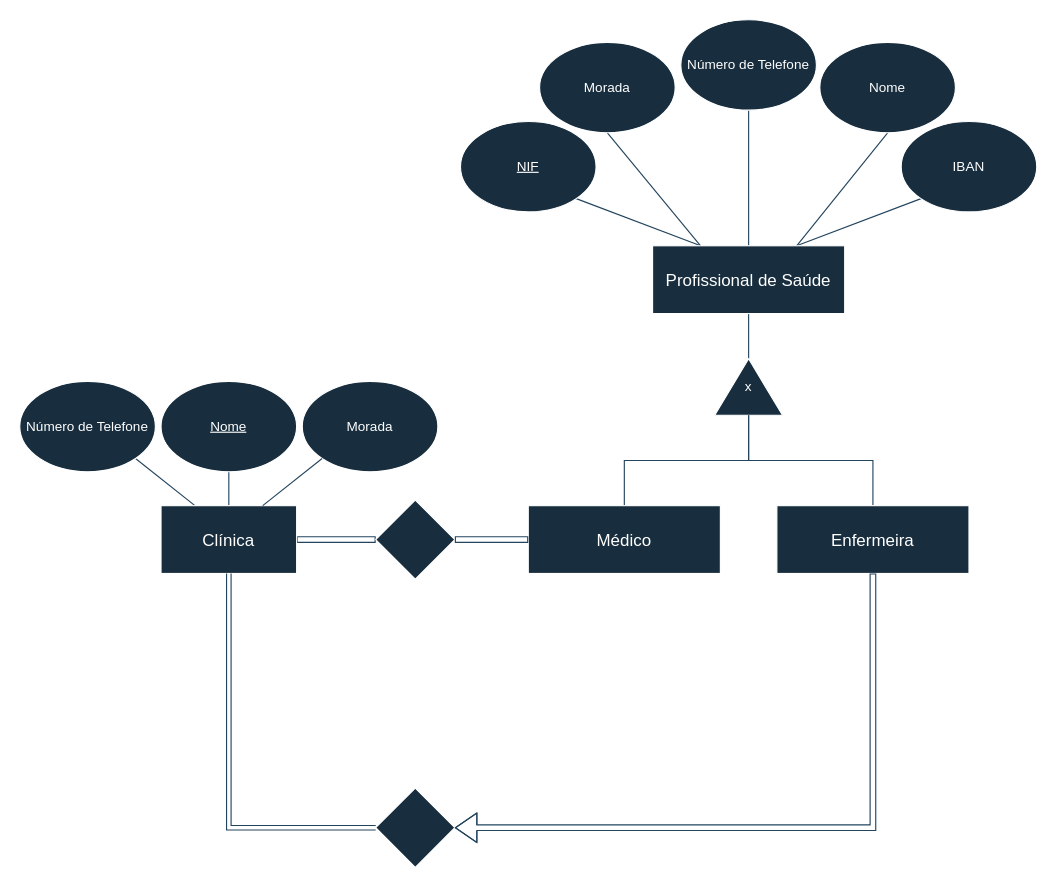
The draw.io diagram page "Page-1" (1 of 2) of diagrams/modelo_EA.drawio in Zane-dev16/BD-projeto-E1, before the edit. Source tidied: cells renumbered, new cells numbered last; positions are measured from the earlier drawing's top-left corner, leaving out a move shared by most shapes. Both pictures are drawn from the tidied source at 113%, with x=0, y=0 at pixel (19, 19).
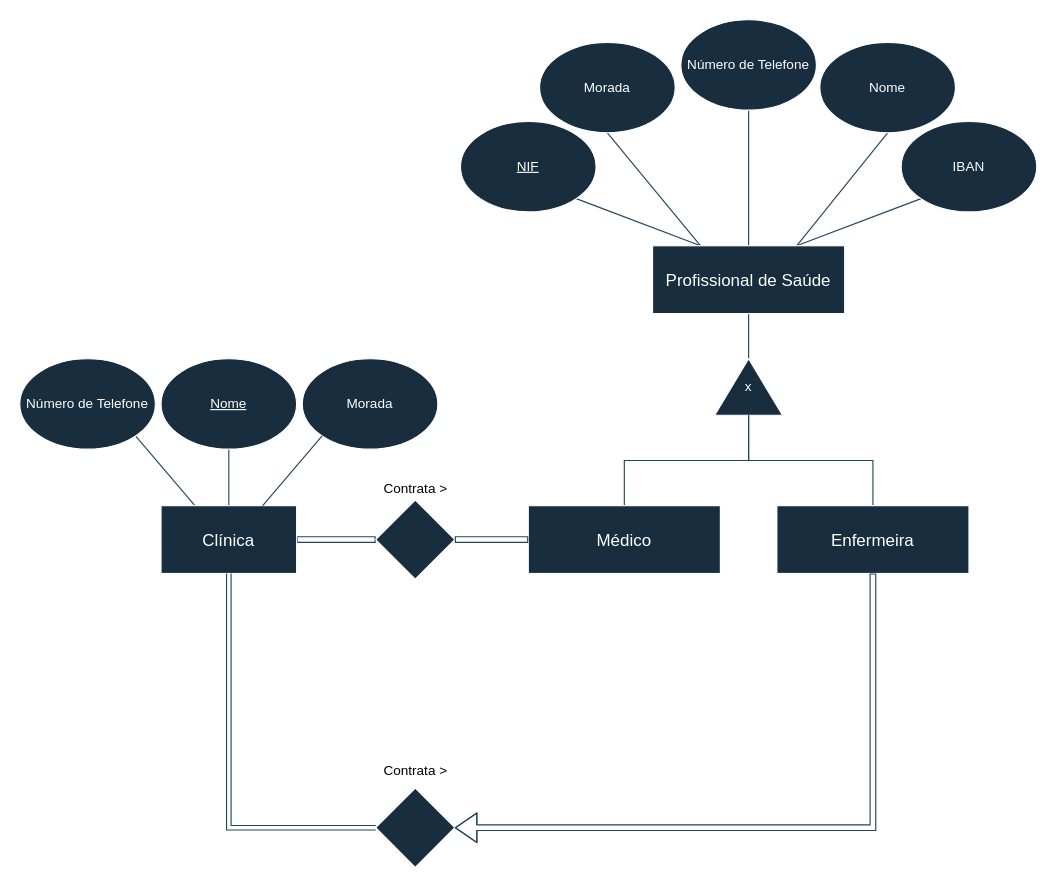
After the change.

Commit message:
Label relationships

The edit, as a diff of the source:
```diff
@@
     <mxCell id="24" value="&lt;u&gt;Nome&lt;/u&gt;" style="ellipse;whiteSpace=wrap;html=1;labelBackgroundColor=none;fillColor=#182E3E;strokeColor=#FFFFFF;fontColor=#FFFFFF;" parent="1" vertex="1">
-      <mxGeometry x="125" y="320" width="120" height="80" as="geometry" />
+      <mxGeometry x="125" y="300" width="120" height="80" as="geometry" />
     </mxCell>
     <mxCell id="25" value="Morada" style="ellipse;whiteSpace=wrap;html=1;labelBackgroundColor=none;fillColor=#182E3E;strokeColor=#FFFFFF;fontColor=#FFFFFF;" parent="1" vertex="1">
-      <mxGeometry x="250" y="320" width="120" height="80" as="geometry" />
+      <mxGeometry x="250" y="300" width="120" height="80" as="geometry" />
     </mxCell>
@@
     <mxCell id="27" value="Número de Telefone" style="ellipse;whiteSpace=wrap;html=1;labelBackgroundColor=none;fillColor=#182E3E;strokeColor=#FFFFFF;fontColor=#FFFFFF;" parent="1" vertex="1">
-      <mxGeometry y="320" width="120" height="80" as="geometry" />
+      <mxGeometry y="300" width="120" height="80" as="geometry" />
     </mxCell>
@@
+    <mxCell id="32" value="Contrata &amp;gt;" style="text;html=1;align=center;verticalAlign=middle;strokeColor=none;fillColor=none;" parent="1" vertex="1">
+      <mxGeometry x="310" y="400" width="80" height="30" as="geometry" />
+    </mxCell>
+    <mxCell id="33" value="Contrata &amp;gt;" style="text;html=1;align=center;verticalAlign=middle;strokeColor=none;fillColor=none;" parent="1" vertex="1">
+      <mxGeometry x="310" y="650" width="80" height="30" as="geometry" />
+    </mxCell>
```
